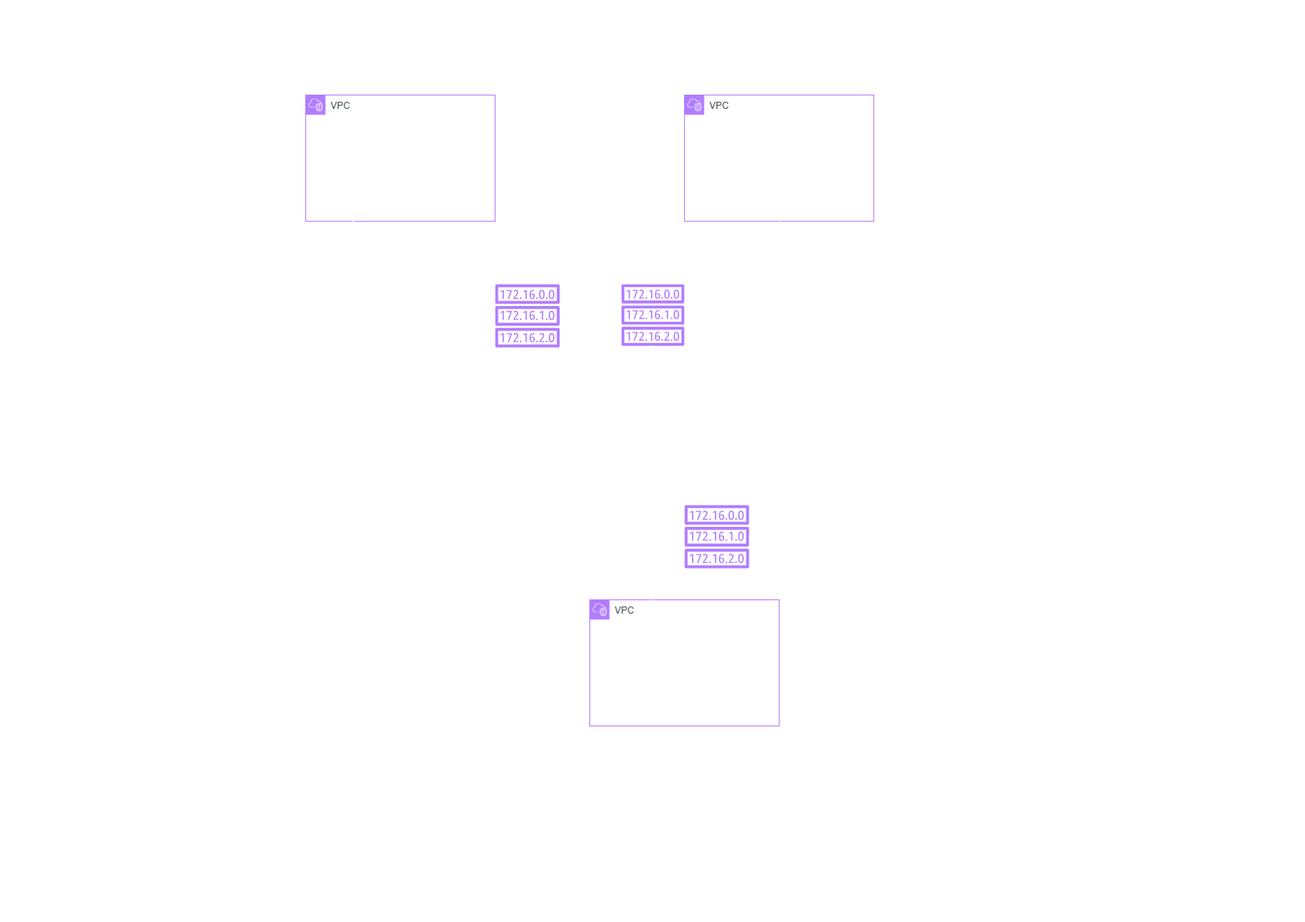
Above: assets/lab1-vpc.png in tofetpuzo/Terraform-Labs-Networking (draw.io), before the change. Source tidied: cells renumbered, new cells last; positions are measured from the earlier drawing's top-left corner, leaving out a move shared by most shapes.
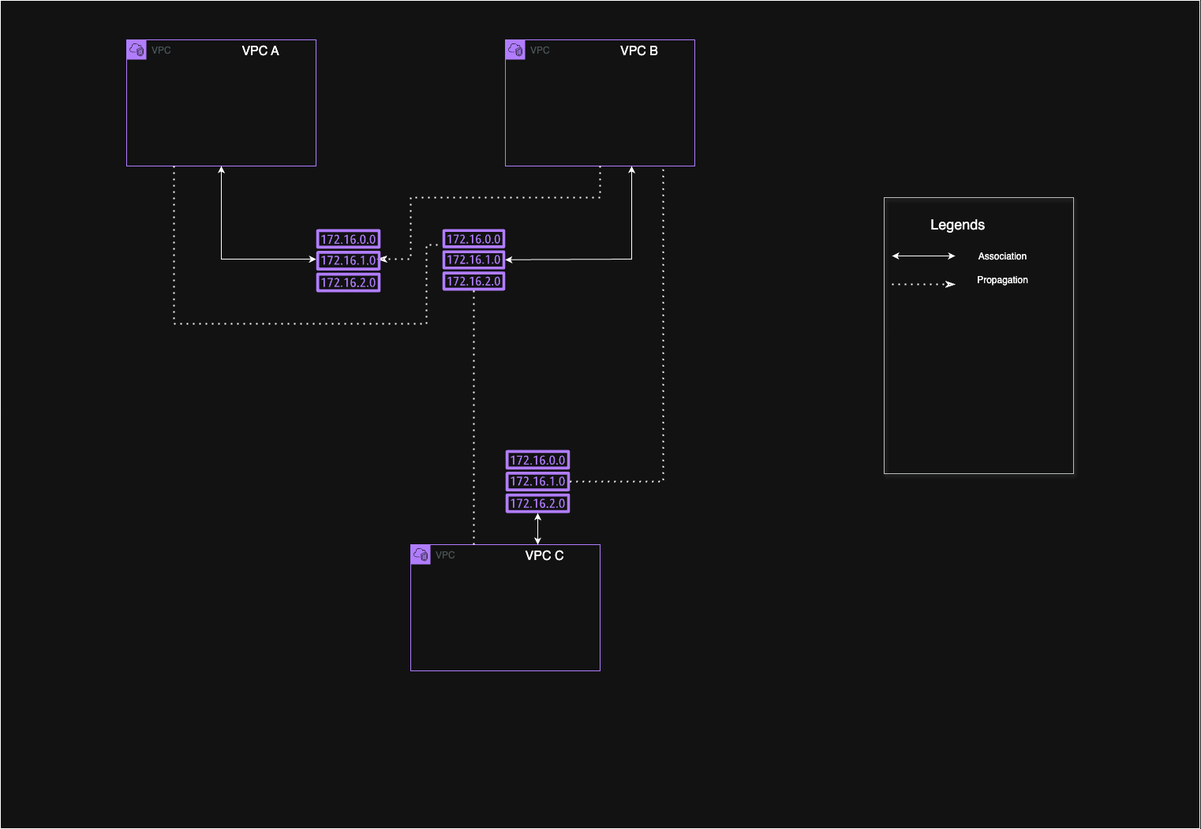
The same file after the commit.

What changed in the source:
```diff
@@ -46,24 +46,24 @@
       </mxGeometry>
     </mxCell>
     <mxCell id="12" value="Association" style="text;html=1;align=center;verticalAlign=middle;strokeColor=none;fillColor=none;" parent="1" vertex="1">
-      <mxGeometry x="1060" y="46" width="80" height="30" as="geometry" />
+      <mxGeometry x="1070" y="290" width="80" height="30" as="geometry" />
     </mxCell>
     <mxCell id="13" value="&lt;font style=&quot;font-size: 18px;&quot;&gt;Legends&lt;/font&gt;&amp;nbsp;" style="text;html=1;align=center;verticalAlign=middle;strokeColor=none;fillColor=none;" parent="1" vertex="1">
-      <mxGeometry x="995" width="100" height="40" as="geometry" />
+      <mxGeometry x="1005" y="244" width="100" height="40" as="geometry" />
     </mxCell>
     <mxCell id="14" style="endArrow=classic;startArrow=classic;html=1;rounded=0;" parent="1" edge="1">
       <mxGeometry relative="1" as="geometry">
-        <mxPoint x="960" y="60" as="sourcePoint" />
-        <mxPoint x="1040" y="60" as="targetPoint" />
+        <mxPoint x="970" y="304" as="sourcePoint" />
+        <mxPoint x="1050" y="304" as="targetPoint" />
       </mxGeometry>
     </mxCell>
     <mxCell id="15" value="Propagation" style="text;html=1;align=center;verticalAlign=middle;strokeColor=none;fillColor=none;" parent="1" vertex="1">
-      <mxGeometry x="1055" y="76" width="90" height="30" as="geometry" />
+      <mxGeometry x="1065" y="320" width="90" height="30" as="geometry" />
     </mxCell>
     <mxCell id="16" style="endArrow=classicThin;dashed=1;html=1;dashPattern=1 3;strokeWidth=2;rounded=0;endFill=0;" parent="1" edge="1">
       <mxGeometry relative="1" as="geometry">
-        <mxPoint x="960" y="96" as="sourcePoint" />
-        <mxPoint x="1040" y="96" as="targetPoint" />
+        <mxPoint x="970" y="340" as="sourcePoint" />
+        <mxPoint x="1050" y="340" as="targetPoint" />
       </mxGeometry>
     </mxCell>
     <mxCell id="17" style="endArrow=classicThin;dashed=1;html=1;dashPattern=1 3;strokeWidth=2;rounded=0;endFill=0;exitX=0.5;exitY=1;exitDx=0;exitDy=0;" parent="1" edge="1" source="6">
@@ -110,9 +110,6 @@
         </Array>
       </mxGeometry>
     </mxCell>
-    <mxCell id="23" style="rounded=0;whiteSpace=wrap;html=1;fillColor=light-dark(#FFFFFF,transparent);" parent="1" vertex="1">
-      <mxGeometry x="960" y="30" width="200" height="290" as="geometry" />
-    </mxCell>
     <mxCell id="24" style="endArrow=none;dashed=1;html=1;dashPattern=1 3;strokeWidth=2;rounded=0;exitX=0.25;exitY=1;exitDx=0;exitDy=0;" parent="1" edge="1" source="2" target="4">
       <mxGeometry relative="1" as="geometry">
         <Array as="points">
@@ -137,5 +134,11 @@
         </Array>
       </mxGeometry>
     </mxCell>
+    <mxCell id="26" style="rounded=0;whiteSpace=wrap;html=1;shadow=1;fillColor=none;strokeColor=#36393d;" parent="1" vertex="1">
+      <mxGeometry x="960" y="230" width="240" height="350" as="geometry" />
+    </mxCell>
+    <mxCell id="27" style="rounded=0;whiteSpace=wrap;html=1;fillColor=none;" parent="1" vertex="1">
+      <mxGeometry x="-160" y="-20" width="1520" height="1050" as="geometry" />
+    </mxCell>
   </root>
 </mxGraphModel>
```
